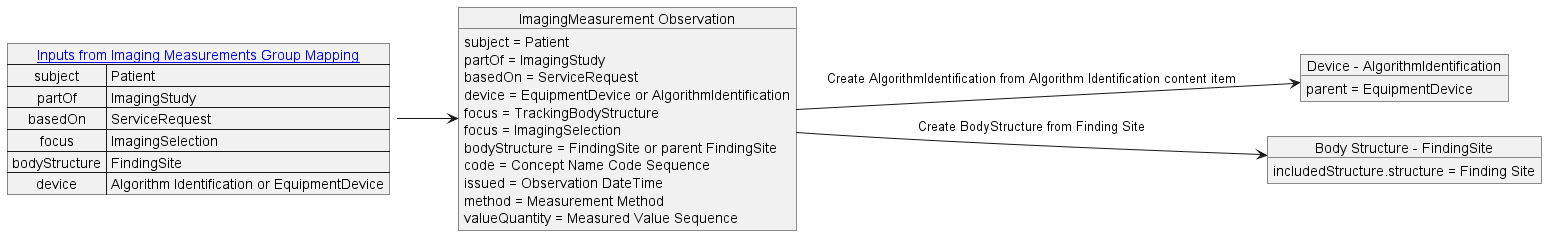
Above: input/images/imaging_measurement_mapping.png in HL7/dicom-sr (PlantUML), before the change.
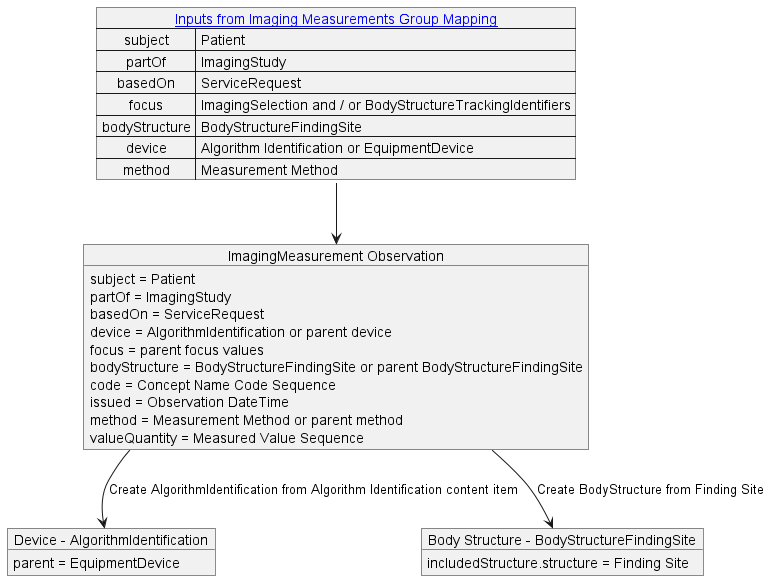
After the change.

Diff of the diagram source:
```diff
@@ -1,20 +1,20 @@
 @startuml imaging_measurement_mapping
-left to right direction
 
 map "[[mapping.html#imaging_measurement_group Inputs from Imaging Measurements Group Mapping]]" as inputs {
    subject => Patient
    partOf => ImagingStudy
    basedOn => ServiceRequest
-   focus => ImagingSelection
-   bodyStructure => FindingSite
+   focus => ImagingSelection and / or BodyStructureTrackingIdentifiers
+   bodyStructure => BodyStructureFindingSite
    device => Algorithm Identification or EquipmentDevice
+   method => Measurement Method
 }
 
 object "Device - AlgorithmIdentification" as AlgorithmIdentification {
     parent = EquipmentDevice
 }
 
-object "Body Structure - FindingSite" as FindingSite {
+object "Body Structure - BodyStructureFindingSite" as BodyStructureFindingSite {
     includedStructure.structure = Finding Site
 }
 
@@ -22,18 +22,17 @@
     subject = Patient
     partOf = ImagingStudy
     basedOn = ServiceRequest
-    device = EquipmentDevice or AlgorithmIdentification
-    focus = TrackingBodyStructure
-    focus = ImagingSelection
-    bodyStructure = FindingSite or parent FindingSite
+    device = AlgorithmIdentification or parent device
+    focus = parent focus values
+    bodyStructure = BodyStructureFindingSite or parent BodyStructureFindingSite
     code = Concept Name Code Sequence
     issued = Observation DateTime
-    method = Measurement Method
+    method = Measurement Method or parent method
     valueQuantity = Measured Value Sequence
 }
 
 imagingMeasurement --> AlgorithmIdentification: Create AlgorithmIdentification from Algorithm Identification content item
-imagingMeasurement --> FindingSite: Create BodyStructure from Finding Site
+imagingMeasurement --> BodyStructureFindingSite: Create BodyStructure from Finding Site
 
 inputs --> imagingMeasurement
 
```
